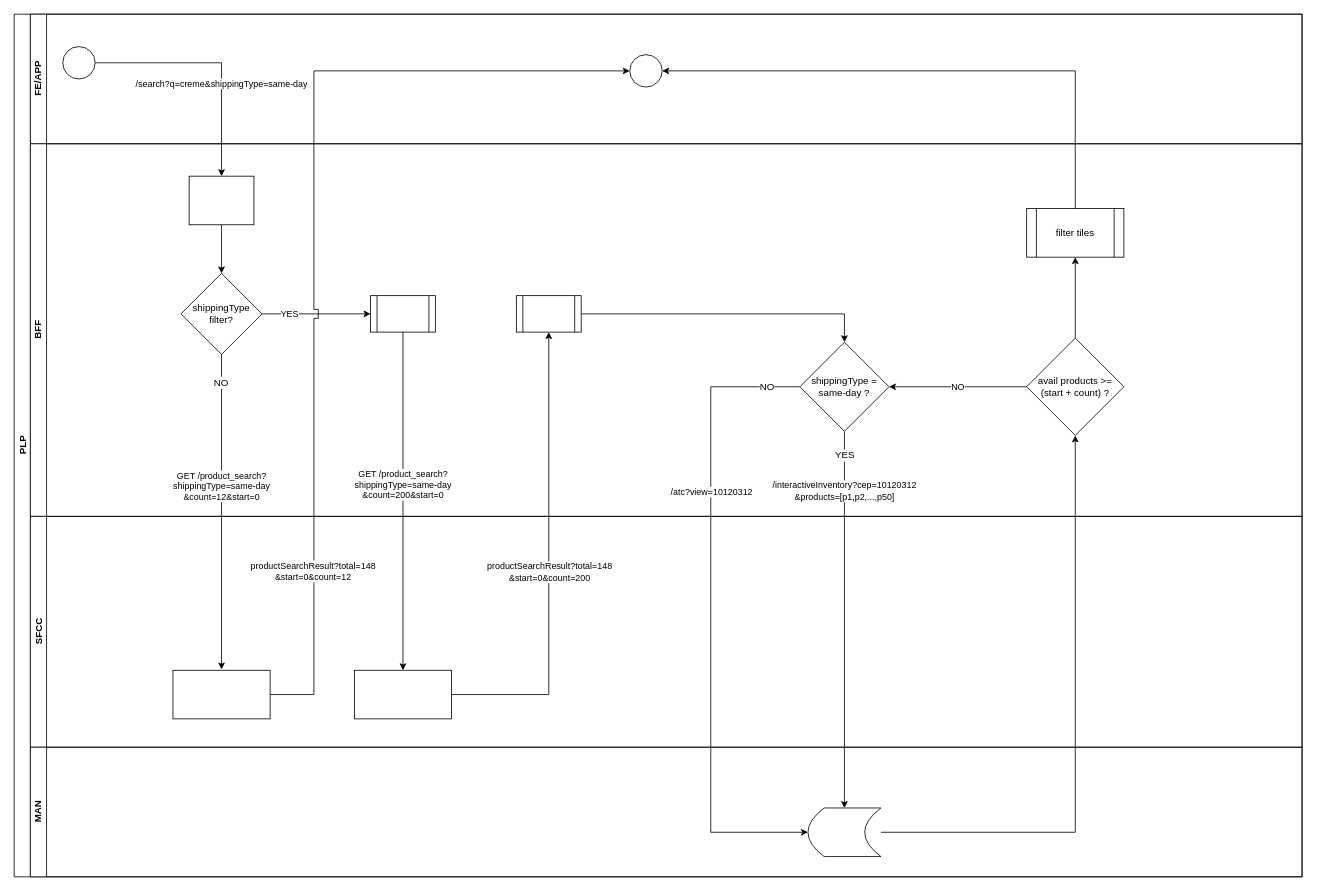
Above: page "BFF 1" (2 of 3) of manh.drawio in pettll/diagrams (draw.io), before the change. Source tidied: cells renumbered, new cells numbered last; positions are measured from the earlier drawing's top-left corner, leaving out a move shared by most shapes. Both pictures are drawn from the tidied source at 81%, with x=0, y=0 at pixel (14, 14).
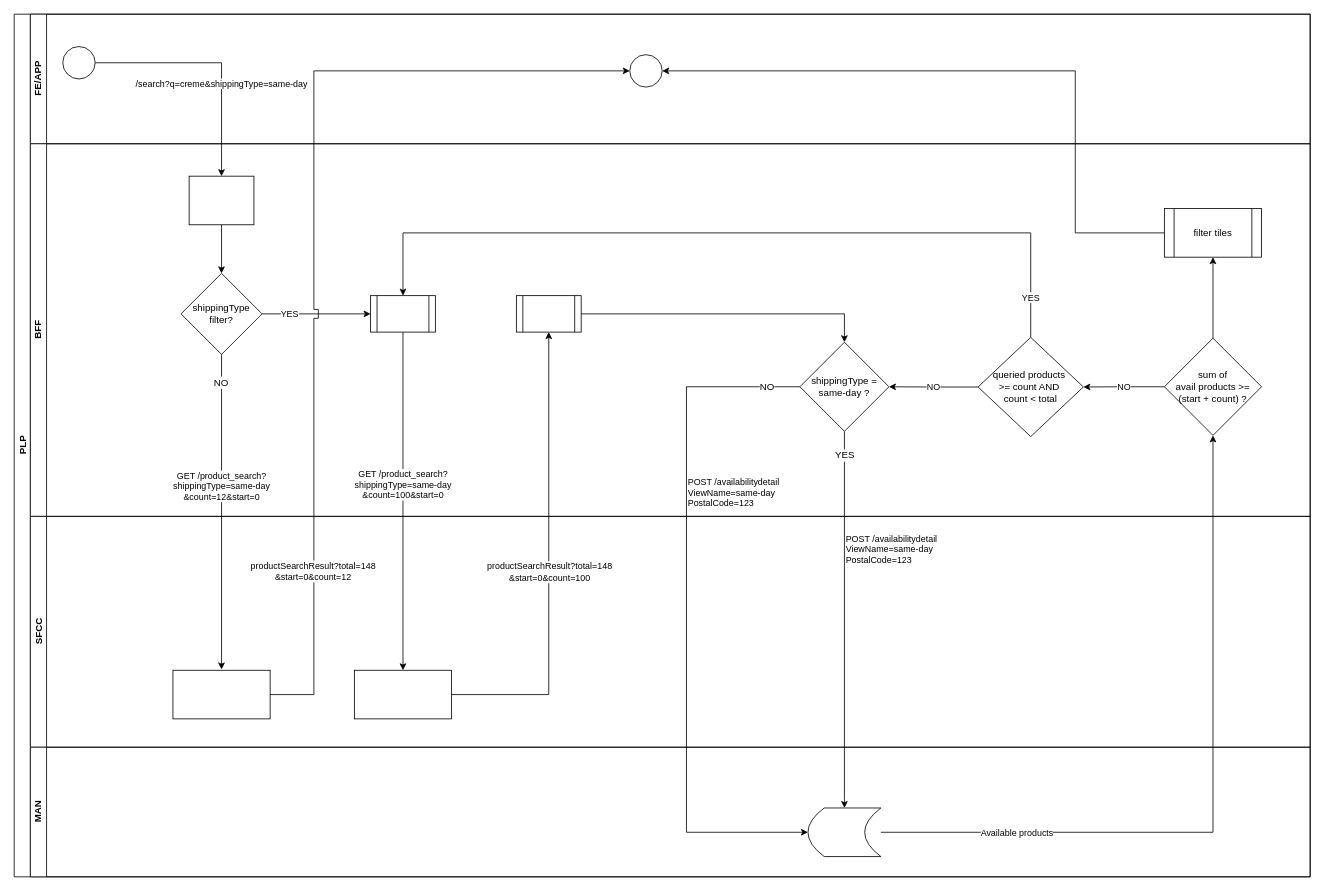
After the change.

Unchanged cells that the change refers to:
```xml
<mxCell id="11" value="shippingType = same-day ?" style="rhombus;whiteSpace=wrap;html=1;" parent="10" vertex="1">
  <mxGeometry x="950" y="245" width="110" height="110" as="geometry" />
</mxCell>
<mxCell id="25" style="shape=process;whiteSpace=wrap;html=1;backgroundOutline=1;" parent="10" vertex="1">
  <mxGeometry x="420" y="187.5" width="80" height="45" as="geometry" />
</mxCell>
<mxCell id="28" style="rounded=0;whiteSpace=wrap;html=1;fontFamily=Helvetica;fontSize=12;fontColor=#000000;align=center;" parent="26" vertex="1">
  <mxGeometry x="400" y="190" width="120" height="60" as="geometry" />
</mxCell>
<mxCell id="30" style="shape=dataStorage;whiteSpace=wrap;html=1;fixedSize=1;" parent="29" vertex="1">
  <mxGeometry x="960" y="75" width="90" height="60" as="geometry" />
</mxCell>
<mxCell id="33" style="edgeStyle=orthogonalEdgeStyle;rounded=0;jettySize=auto;html=1;entryX=0.5;entryY=1;entryDx=0;entryDy=0;" parent="2" edge="1" source="28" target="19">
  <mxGeometry relative="1" as="geometry" />
</mxCell>
<mxCell id="35" style="edgeStyle=orthogonalEdgeStyle;rounded=0;jettySize=auto;html=1;entryX=0.5;entryY=1;entryDx=0;entryDy=0;" parent="2" edge="1" source="30" target="14">
  <mxGeometry relative="1" as="geometry" />
</mxCell>
```

Change to the diagram source:
```diff
@@
     <mxCell id="2" value="PLP" style="swimlane;html=1;horizontal=0;startSize=20;" parent="1" vertex="1">
-      <mxGeometry width="1590" height="1065" as="geometry" />
+      <mxGeometry width="1600" height="1065" as="geometry" />
     </mxCell>
     <mxCell id="3" style="edgeStyle=orthogonalEdgeStyle;rounded=0;jettySize=auto;html=1;entryX=0;entryY=0.5;entryDx=0;entryDy=0;" parent="2" edge="1" source="11" target="30">
       <mxGeometry relative="1" as="geometry">
         <Array as="points">
-          <mxPoint x="860" y="460" />
-          <mxPoint x="860" y="1010" />
+          <mxPoint x="830" y="460" />
+          <mxPoint x="830" y="1010" />
         </Array>
       </mxGeometry>
     </mxCell>
-    <mxCell id="4" value="/atc?view=10120312" style="edgeLabel;html=1;align=center;verticalAlign=middle;" parent="3" vertex="1">
+    <mxCell id="4" value="&lt;span dir=&quot;ltr&quot; class=&quot;ui-provider dgs dgt awi brb brc brd bre brf brg brh bri brj brk brl brm brn bro brp brq brr dgu dgv bru brv brw brx bry brz bsa bsb bsc bsd bse bsf bsg&quot;&gt;POST /availabilitydetail&lt;/span&gt;&lt;div&gt;ViewName=same-day&lt;div&gt;PostalCode=123&lt;/div&gt;&lt;/div&gt;" style="edgeLabel;html=1;align=left;verticalAlign=middle;" parent="3" vertex="1">
       <mxGeometry x="0.05" y="1" relative="1" as="geometry">
         <mxPoint x="-1" y="-171" as="offset" />
       </mxGeometry>
     </mxCell>
@@
-    <mxCell id="6" value="/interactiveInventory?cep=10120312&lt;div&gt;&amp;amp;products=[p1,p2,...,p50]&lt;/div&gt;" style="edgeStyle=orthogonalEdgeStyle;rounded=0;jettySize=auto;html=1;endArrow=classic;endFill=1;entryX=0.5;entryY=0;entryDx=0;entryDy=0;exitX=0.5;exitY=1;exitDx=0;exitDy=0;" parent="2" edge="1" source="11" target="30">
-      <mxGeometry x="-0.68" relative="1" as="geometry">
+    <mxCell id="6" value="&lt;span style=&quot;&quot; dir=&quot;ltr&quot; class=&quot;ui-provider dgs dgt awi brb brc brd bre brf brg brh bri brj brk brl brm brn bro brp brq brr dgu dgv bru brv brw brx bry brz bsa bsb bsc bsd bse bsf bsg&quot;&gt;POST /availabilitydetail&lt;/span&gt;&lt;div style=&quot;&quot;&gt;ViewName=same-day&lt;div&gt;PostalCode=123&lt;/div&gt;&lt;/div&gt;" style="edgeStyle=orthogonalEdgeStyle;rounded=0;jettySize=auto;html=1;endArrow=classic;endFill=1;entryX=0.5;entryY=0;entryDx=0;entryDy=0;exitX=0.5;exitY=1;exitDx=0;exitDy=0;align=left;" parent="2" edge="1" source="11" target="30">
+      <mxGeometry x="-0.37" relative="1" as="geometry">
         <Array as="points">
           <mxPoint x="1025" y="970" />
         </Array>
       </mxGeometry>
     </mxCell>
     <mxCell id="7" value="FE/APP" style="swimlane;html=1;startSize=20;horizontal=0;" parent="2" vertex="1">
-      <mxGeometry x="20" width="1570" height="160" as="geometry" />
+      <mxGeometry x="20" width="1580" height="160" as="geometry" />
     </mxCell>
@@
     <mxCell id="10" value="BFF" style="swimlane;html=1;startSize=20;horizontal=0;" parent="2" vertex="1">
-      <mxGeometry x="20" y="160" width="1570" height="460" as="geometry" />
+      <mxGeometry x="20" y="160" width="1580" height="460" as="geometry" />
     </mxCell>
@@
-    <mxCell id="12" value="NO" style="edgeStyle=orthogonalEdgeStyle;rounded=0;jettySize=auto;html=1;entryX=1;entryY=0.5;entryDx=0;entryDy=0;" parent="10" edge="1" source="14" target="11">
+    <mxCell id="12" value="NO" style="edgeStyle=orthogonalEdgeStyle;rounded=0;jettySize=auto;html=1;entryX=1;entryY=0.5;entryDx=0;entryDy=0;" parent="10" edge="1" source="14" target="40">
       <mxGeometry relative="1" as="geometry" />
     </mxCell>
@@
-    <mxCell id="14" value="avail products &amp;gt;= (start + count) ?" style="rhombus;whiteSpace=wrap;html=1;fontFamily=Helvetica;fontSize=12;fontColor=#000000;align=center;" parent="10" vertex="1">
-      <mxGeometry x="1230" y="240" width="120" height="120" as="geometry" />
+    <mxCell id="14" value="sum of&lt;div&gt;avail products &amp;gt;= (start + count) ?&lt;/div&gt;" style="rhombus;whiteSpace=wrap;html=1;fontFamily=Helvetica;fontSize=12;fontColor=#000000;align=center;" parent="10" vertex="1">
+      <mxGeometry x="1400" y="240" width="120" height="120" as="geometry" />
     </mxCell>
     <mxCell id="15" value="filter tiles" style="shape=process;whiteSpace=wrap;html=1;backgroundOutline=1;" parent="10" vertex="1">
-      <mxGeometry x="1230" y="80" width="120" height="60" as="geometry" />
+      <mxGeometry x="1400" y="80" width="120" height="60" as="geometry" />
     </mxCell>
@@
+    <mxCell id="38" value="NO" style="edgeStyle=orthogonalEdgeStyle;rounded=0;jettySize=auto;html=1;entryX=1;entryY=0.5;entryDx=0;entryDy=0;" parent="10" edge="1" source="40" target="11">
+      <mxGeometry relative="1" as="geometry" />
+    </mxCell>
+    <mxCell id="39" value="YES" style="edgeStyle=orthogonalEdgeStyle;rounded=0;jettySize=auto;html=1;entryX=0.5;entryY=0;entryDx=0;entryDy=0;exitX=0.5;exitY=0;exitDx=0;exitDy=0;" parent="10" edge="1" source="40" target="25">
+      <mxGeometry x="-0.9" relative="1" as="geometry">
+        <Array as="points">
+          <mxPoint x="1235" y="110" />
+          <mxPoint x="460" y="110" />
+        </Array>
+      </mxGeometry>
+    </mxCell>
+    <mxCell id="40" value="queried products&amp;nbsp;&lt;div&gt;&amp;gt;= count AND&amp;nbsp;&lt;div&gt;count &amp;lt; total&lt;/div&gt;&lt;/div&gt;" style="rhombus;whiteSpace=wrap;html=1;" parent="10" vertex="1">
+      <mxGeometry x="1170" y="239" width="130" height="122.5" as="geometry" />
+    </mxCell>
     <mxCell id="26" value="SFCC" style="swimlane;html=1;startSize=20;horizontal=0;fillColor=#FFFFFF;whiteSpace=wrap;" parent="2" vertex="1">
-      <mxGeometry x="20" y="620" width="1570" height="285" as="geometry" />
+      <mxGeometry x="20" y="620" width="1580" height="285" as="geometry" />
     </mxCell>
@@
     <mxCell id="29" value="MAN" style="swimlane;html=1;startSize=20;horizontal=0;" parent="2" vertex="1">
-      <mxGeometry x="20" y="905" width="1570" height="160" as="geometry" />
+      <mxGeometry x="20" y="905" width="1580" height="160" as="geometry" />
     </mxCell>
@@
-    <mxCell id="34" value="productSearchResult?total=148&lt;div&gt;&amp;amp;start=0&amp;amp;count=200&lt;/div&gt;" style="edgeLabel;html=1;align=center;verticalAlign=middle;" parent="33" vertex="1">
+    <mxCell id="34" value="productSearchResult?total=148&lt;div&gt;&amp;amp;start=0&amp;amp;count=100&lt;/div&gt;" style="edgeLabel;html=1;align=center;verticalAlign=middle;" parent="33" vertex="1">
       <mxGeometry x="-0.1" y="3" relative="1" as="geometry">
         <mxPoint x="3" y="-17" as="offset" />
       </mxGeometry>
     </mxCell>
@@
+    <mxCell id="41" value="Available products" style="edgeLabel;html=1;align=center;verticalAlign=middle;" parent="35" vertex="1">
+      <mxGeometry x="-0.63" relative="1" as="geometry" />
+    </mxCell>
@@
-    <mxCell id="37" value="&lt;span style=&quot;color: rgb(0, 0, 0); font-family: Helvetica; font-size: 11px; font-style: normal; font-variant-ligatures: normal; font-variant-caps: normal; font-weight: 400; letter-spacing: normal; orphans: 2; text-align: center; text-indent: 0px; text-transform: none; widows: 2; word-spacing: 0px; -webkit-text-stroke-width: 0px; white-space: nowrap; background-color: rgb(255, 255, 255); text-decoration-thickness: initial; text-decoration-style: initial; text-decoration-color: initial; display: inline !important; float: none;&quot;&gt;GET /product_search?&lt;/span&gt;&lt;div style=&quot;forced-color-adjust: none; color: rgb(0, 0, 0); font-family: Helvetica; font-size: 11px; font-style: normal; font-variant-ligatures: normal; font-variant-caps: normal; font-weight: 400; letter-spacing: normal; orphans: 2; text-align: center; text-indent: 0px; text-transform: none; widows: 2; word-spacing: 0px; -webkit-text-stroke-width: 0px; white-space: nowrap; text-decoration-thickness: initial; text-decoration-style: initial; text-decoration-color: initial;&quot;&gt;shippingType=same-day&lt;div style=&quot;forced-color-adjust: none;&quot;&gt;&amp;amp;count=200&amp;amp;start=0&lt;/div&gt;&lt;/div&gt;" style="edgeStyle=orthogonalEdgeStyle;rounded=0;jettySize=auto;html=1;exitX=0.5;exitY=1;exitDx=0;exitDy=0;entryX=0.5;entryY=0;entryDx=0;entryDy=0;" parent="2" edge="1" source="25" target="28">
+    <mxCell id="37" value="&lt;span style=&quot;color: rgb(0, 0, 0); font-family: Helvetica; font-size: 11px; font-style: normal; font-variant-ligatures: normal; font-variant-caps: normal; font-weight: 400; letter-spacing: normal; orphans: 2; text-align: center; text-indent: 0px; text-transform: none; widows: 2; word-spacing: 0px; -webkit-text-stroke-width: 0px; white-space: nowrap; background-color: rgb(255, 255, 255); text-decoration-thickness: initial; text-decoration-style: initial; text-decoration-color: initial; display: inline !important; float: none;&quot;&gt;GET /product_search?&lt;/span&gt;&lt;div style=&quot;forced-color-adjust: none; color: rgb(0, 0, 0); font-family: Helvetica; font-size: 11px; font-style: normal; font-variant-ligatures: normal; font-variant-caps: normal; font-weight: 400; letter-spacing: normal; orphans: 2; text-align: center; text-indent: 0px; text-transform: none; widows: 2; word-spacing: 0px; -webkit-text-stroke-width: 0px; white-space: nowrap; text-decoration-thickness: initial; text-decoration-style: initial; text-decoration-color: initial;&quot;&gt;shippingType=same-day&lt;div style=&quot;forced-color-adjust: none;&quot;&gt;&amp;amp;count=100&amp;amp;start=0&lt;/div&gt;&lt;/div&gt;" style="edgeStyle=orthogonalEdgeStyle;rounded=0;jettySize=auto;html=1;exitX=0.5;exitY=1;exitDx=0;exitDy=0;entryX=0.5;entryY=0;entryDx=0;entryDy=0;" parent="2" edge="1" source="25" target="28">
       <mxGeometry x="-0.1" relative="1" as="geometry">
         <Array as="points">
           <mxPoint x="480" y="810" />
         </Array>
       </mxGeometry>
     </mxCell>
```
